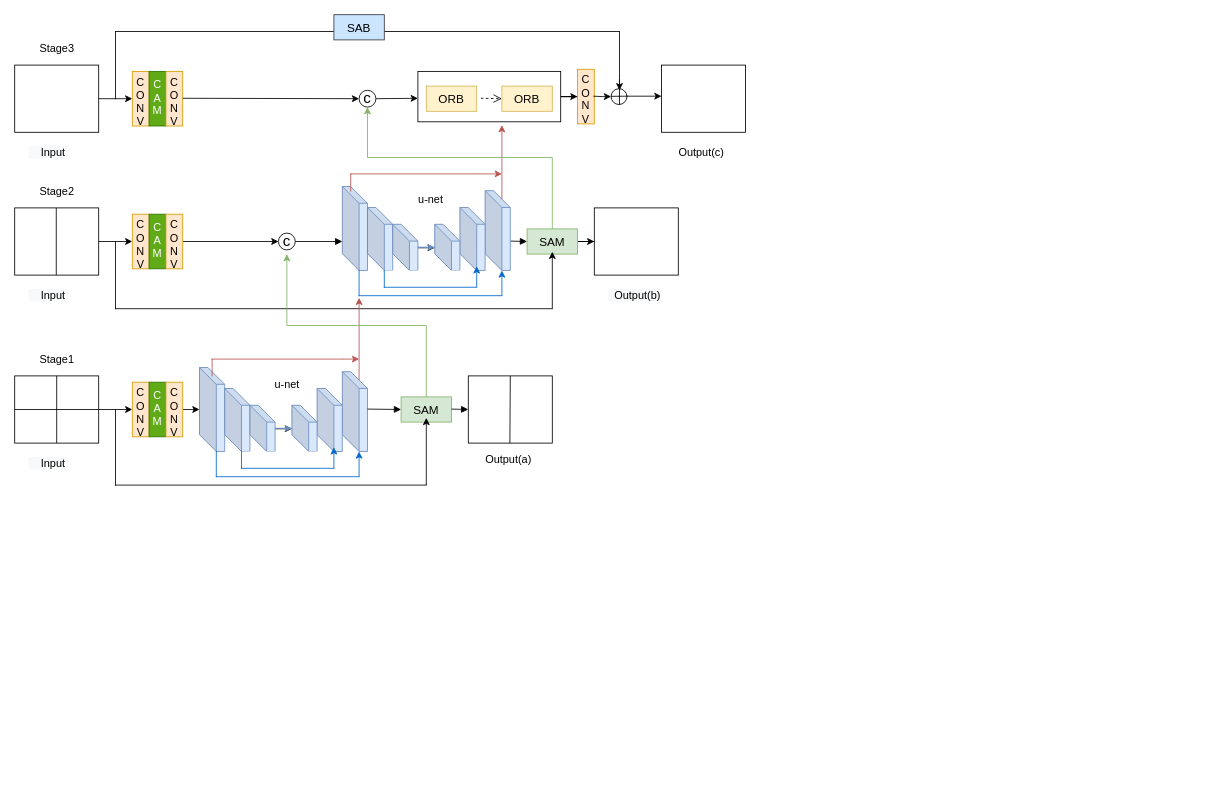
Before: Untitled Diagram.drawio in hornchan/mytest, a draw.io diagram. Source tidied: cells renumbered, new cells numbered last; positions are measured from the earlier drawing's top-left corner, leaving out a move shared by most shapes. Both pictures are drawn from the tidied source at 84%, with x=0, y=0 at pixel (14, 14).
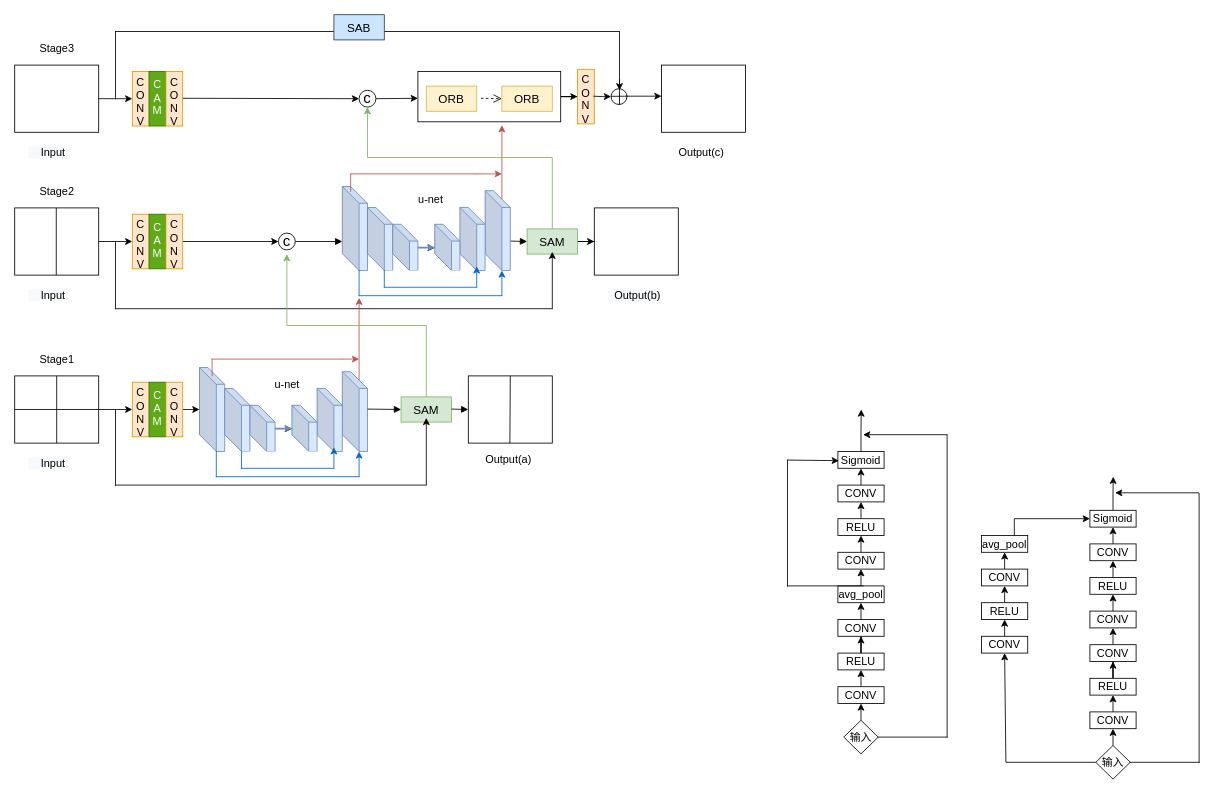
Above is the later version.

The edit, as a diff of the source:
```diff
@@
+    <mxCell id="100" style="edgeStyle=orthogonalEdgeStyle;rounded=0;jettySize=auto;html=1;exitX=0.5;exitY=0;exitDx=0;exitDy=0;entryX=0.5;entryY=1;entryDx=0;entryDy=0;fontSize=13;strokeColor=#000000;" parent="1" edge="1" source="101" target="144">
+      <mxGeometry relative="1" as="geometry" />
+    </mxCell>
+    <mxCell id="101" value="CONV" style="rounded=0;whiteSpace=wrap;html=1;fontSize=13;strokeColor=#000000;" parent="1" vertex="1">
+      <mxGeometry x="980" y="560" width="55" height="20" as="geometry" />
+    </mxCell>
+    <mxCell id="102" style="edgeStyle=orthogonalEdgeStyle;rounded=0;jettySize=auto;html=1;exitX=0.5;exitY=0;exitDx=0;exitDy=0;entryX=0.5;entryY=1;entryDx=0;entryDy=0;fontSize=13;strokeColor=#000000;" parent="1" edge="1" source="103" target="105">
+      <mxGeometry relative="1" as="geometry" />
+    </mxCell>
+    <mxCell id="103" value="CONV" style="rounded=0;whiteSpace=wrap;html=1;fontSize=13;strokeColor=#000000;" parent="1" vertex="1">
+      <mxGeometry x="980" y="800" width="55" height="20" as="geometry" />
+    </mxCell>
+    <mxCell id="104" style="edgeStyle=orthogonalEdgeStyle;rounded=0;jettySize=auto;html=1;exitX=0.5;exitY=0;exitDx=0;exitDy=0;fontSize=13;strokeColor=#000000;" parent="1" edge="1" source="105" target="109">
+      <mxGeometry relative="1" as="geometry" />
+    </mxCell>
+    <mxCell id="105" value="RELU" style="rounded=0;whiteSpace=wrap;html=1;fontSize=13;strokeColor=#000000;" parent="1" vertex="1">
+      <mxGeometry x="980" y="760" width="55" height="20" as="geometry" />
+    </mxCell>
+    <mxCell id="106" style="edgeStyle=orthogonalEdgeStyle;rounded=0;jettySize=auto;html=1;exitX=0.5;exitY=0;exitDx=0;exitDy=0;entryX=0.5;entryY=1;entryDx=0;entryDy=0;fontSize=13;strokeColor=#000000;" parent="1" edge="1" source="107" target="103">
+      <mxGeometry relative="1" as="geometry" />
+    </mxCell>
+    <mxCell id="107" value="输入" style="rhombus;whiteSpace=wrap;html=1;fontSize=13;strokeColor=#000000;" parent="1" vertex="1">
+      <mxGeometry x="987" y="840" width="41" height="40" as="geometry" />
+    </mxCell>
+    <mxCell id="108" style="edgeStyle=orthogonalEdgeStyle;rounded=0;jettySize=auto;html=1;exitX=0.5;exitY=0;exitDx=0;exitDy=0;entryX=0.5;entryY=1;entryDx=0;entryDy=0;fontSize=13;strokeColor=#000000;" parent="1" edge="1" source="109" target="111">
+      <mxGeometry relative="1" as="geometry" />
+    </mxCell>
+    <mxCell id="109" value="CONV" style="rounded=0;whiteSpace=wrap;html=1;fontSize=13;strokeColor=#000000;" parent="1" vertex="1">
+      <mxGeometry x="980" y="720" width="55" height="20" as="geometry" />
+    </mxCell>
+    <mxCell id="110" style="edgeStyle=orthogonalEdgeStyle;rounded=0;jettySize=auto;html=1;exitX=0.5;exitY=0;exitDx=0;exitDy=0;entryX=0.5;entryY=1;entryDx=0;entryDy=0;fontSize=13;strokeColor=#000000;" parent="1" edge="1" source="111" target="113">
+      <mxGeometry relative="1" as="geometry" />
+    </mxCell>
+    <mxCell id="111" value="avg_pool" style="rounded=0;whiteSpace=wrap;html=1;fontSize=13;strokeColor=#000000;" parent="1" vertex="1">
+      <mxGeometry x="980" y="680" width="55" height="20" as="geometry" />
+    </mxCell>
+    <mxCell id="112" style="edgeStyle=orthogonalEdgeStyle;rounded=0;jettySize=auto;html=1;exitX=0.5;exitY=0;exitDx=0;exitDy=0;entryX=0.5;entryY=1;entryDx=0;entryDy=0;fontSize=13;strokeColor=#000000;" parent="1" edge="1" source="113" target="115">
+      <mxGeometry relative="1" as="geometry" />
+    </mxCell>
+    <mxCell id="113" value="CONV" style="rounded=0;whiteSpace=wrap;html=1;fontSize=13;strokeColor=#000000;" parent="1" vertex="1">
+      <mxGeometry x="980" y="640" width="55" height="20" as="geometry" />
+    </mxCell>
+    <mxCell id="114" style="edgeStyle=orthogonalEdgeStyle;rounded=0;jettySize=auto;html=1;exitX=0.5;exitY=0;exitDx=0;exitDy=0;entryX=0.5;entryY=1;entryDx=0;entryDy=0;fontSize=13;strokeColor=#000000;" parent="1" edge="1" source="115" target="101">
+      <mxGeometry relative="1" as="geometry" />
+    </mxCell>
+    <mxCell id="115" value="RELU" style="rounded=0;whiteSpace=wrap;html=1;fontSize=13;strokeColor=#000000;" parent="1" vertex="1">
+      <mxGeometry x="980" y="600" width="55" height="20" as="geometry" />
+    </mxCell>
+    <mxCell id="116" style="edgeStyle=orthogonalEdgeStyle;rounded=0;jettySize=auto;html=1;exitX=0.5;exitY=0;exitDx=0;exitDy=0;fontSize=13;strokeColor=#000000;" parent="1" edge="1" source="117">
+      <mxGeometry relative="1" as="geometry">
+        <mxPoint x="1307.8" y="550" as="targetPoint" />
+      </mxGeometry>
+    </mxCell>
+    <mxCell id="117" value="Sigmoid" style="rounded=0;whiteSpace=wrap;html=1;fontSize=13;strokeColor=#000000;" parent="1" vertex="1">
+      <mxGeometry x="1280" y="590" width="55" height="20" as="geometry" />
+    </mxCell>
+    <mxCell id="118" style="edgeStyle=orthogonalEdgeStyle;rounded=0;jettySize=auto;html=1;exitX=0.5;exitY=0;exitDx=0;exitDy=0;entryX=0.5;entryY=1;entryDx=0;entryDy=0;fontSize=13;strokeColor=#000000;" parent="1" edge="1" source="119" target="121">
+      <mxGeometry relative="1" as="geometry" />
+    </mxCell>
+    <mxCell id="119" value="CONV" style="rounded=0;whiteSpace=wrap;html=1;fontSize=13;strokeColor=#000000;" parent="1" vertex="1">
+      <mxGeometry x="1280" y="830" width="55" height="20" as="geometry" />
+    </mxCell>
+    <mxCell id="120" style="edgeStyle=orthogonalEdgeStyle;rounded=0;jettySize=auto;html=1;exitX=0.5;exitY=0;exitDx=0;exitDy=0;fontSize=13;strokeColor=#000000;" parent="1" edge="1" source="121" target="125">
+      <mxGeometry relative="1" as="geometry" />
+    </mxCell>
+    <mxCell id="121" value="RELU" style="rounded=0;whiteSpace=wrap;html=1;fontSize=13;strokeColor=#000000;" parent="1" vertex="1">
+      <mxGeometry x="1280" y="790" width="55" height="20" as="geometry" />
+    </mxCell>
+    <mxCell id="122" style="edgeStyle=orthogonalEdgeStyle;rounded=0;jettySize=auto;html=1;exitX=0.5;exitY=0;exitDx=0;exitDy=0;entryX=0.5;entryY=1;entryDx=0;entryDy=0;fontSize=13;strokeColor=#000000;" parent="1" edge="1" source="123" target="119">
+      <mxGeometry relative="1" as="geometry" />
+    </mxCell>
+    <mxCell id="123" value="输入" style="rhombus;whiteSpace=wrap;html=1;fontSize=13;strokeColor=#000000;" parent="1" vertex="1">
+      <mxGeometry x="1287" y="870" width="41" height="40" as="geometry" />
+    </mxCell>
+    <mxCell id="124" style="edgeStyle=orthogonalEdgeStyle;rounded=0;jettySize=auto;html=1;exitX=0.5;exitY=0;exitDx=0;exitDy=0;entryX=0.5;entryY=1;entryDx=0;entryDy=0;fontSize=13;strokeColor=#000000;" parent="1" edge="1" source="125" target="129">
+      <mxGeometry relative="1" as="geometry" />
+    </mxCell>
+    <mxCell id="125" value="CONV" style="rounded=0;whiteSpace=wrap;html=1;fontSize=13;strokeColor=#000000;" parent="1" vertex="1">
+      <mxGeometry x="1280" y="750" width="55" height="20" as="geometry" />
+    </mxCell>
+    <mxCell id="126" style="edgeStyle=orthogonalEdgeStyle;rounded=0;jettySize=auto;html=1;exitX=0.5;exitY=0;exitDx=0;exitDy=0;entryX=0.5;entryY=1;entryDx=0;entryDy=0;fontSize=13;strokeColor=#000000;" parent="1" edge="1" source="127" target="137">
+      <mxGeometry relative="1" as="geometry" />
+    </mxCell>
+    <mxCell id="127" value="CONV" style="rounded=0;whiteSpace=wrap;html=1;fontSize=13;strokeColor=#000000;" parent="1" vertex="1">
+      <mxGeometry x="1151" y="740" width="55" height="20" as="geometry" />
+    </mxCell>
+    <mxCell id="128" style="edgeStyle=orthogonalEdgeStyle;rounded=0;jettySize=auto;html=1;exitX=0.5;exitY=0;exitDx=0;exitDy=0;entryX=0.5;entryY=1;entryDx=0;entryDy=0;fontSize=13;strokeColor=#000000;" parent="1" edge="1" source="129" target="131">
+      <mxGeometry relative="1" as="geometry" />
+    </mxCell>
+    <mxCell id="129" value="CONV" style="rounded=0;whiteSpace=wrap;html=1;fontSize=13;strokeColor=#000000;" parent="1" vertex="1">
+      <mxGeometry x="1280" y="710" width="55" height="20" as="geometry" />
+    </mxCell>
+    <mxCell id="130" style="edgeStyle=orthogonalEdgeStyle;rounded=0;jettySize=auto;html=1;exitX=0.5;exitY=0;exitDx=0;exitDy=0;entryX=0.5;entryY=1;entryDx=0;entryDy=0;fontSize=13;strokeColor=#000000;" parent="1" edge="1" source="131" target="133">
+      <mxGeometry relative="1" as="geometry" />
+    </mxCell>
+    <mxCell id="131" value="RELU" style="rounded=0;whiteSpace=wrap;html=1;fontSize=13;strokeColor=#000000;" parent="1" vertex="1">
+      <mxGeometry x="1280" y="670" width="55" height="20" as="geometry" />
+    </mxCell>
+    <mxCell id="132" style="edgeStyle=orthogonalEdgeStyle;rounded=0;jettySize=auto;html=1;exitX=0.5;exitY=0;exitDx=0;exitDy=0;entryX=0.5;entryY=1;entryDx=0;entryDy=0;fontSize=13;strokeColor=#000000;" parent="1" edge="1" source="133" target="117">
+      <mxGeometry relative="1" as="geometry" />
+    </mxCell>
+    <mxCell id="133" value="CONV" style="rounded=0;whiteSpace=wrap;html=1;fontSize=13;strokeColor=#000000;" parent="1" vertex="1">
+      <mxGeometry x="1280" y="630" width="55" height="20" as="geometry" />
+    </mxCell>
+    <mxCell id="134" style="shape=partialRectangle;whiteSpace=wrap;html=1;bottom=0;right=0;fillColor=none;fontSize=13;strokeColor=#000000;strokeWidth=1;direction=west;" parent="1" vertex="1">
+      <mxGeometry x="1328" y="570" width="82" height="320" as="geometry" />
+    </mxCell>
+    <mxCell id="135" style="endArrow=classic;html=1;rounded=0;fontSize=13;strokeColor=#000000;entryX=1;entryY=0.5;entryDx=0;entryDy=0;" parent="1" edge="1">
+      <mxGeometry relative="1" as="geometry">
+        <mxPoint x="1410" y="569.2" as="sourcePoint" />
+        <mxPoint x="1310" y="569.2" as="targetPoint" />
+      </mxGeometry>
+    </mxCell>
+    <mxCell id="136" style="edgeStyle=orthogonalEdgeStyle;rounded=0;jettySize=auto;html=1;exitX=0.5;exitY=0;exitDx=0;exitDy=0;entryX=0.5;entryY=1;entryDx=0;entryDy=0;fontSize=13;strokeColor=#000000;" parent="1" edge="1" source="137" target="139">
+      <mxGeometry relative="1" as="geometry" />
+    </mxCell>
+    <mxCell id="137" value="RELU" style="rounded=0;whiteSpace=wrap;html=1;fontSize=13;strokeColor=#000000;" parent="1" vertex="1">
+      <mxGeometry x="1151" y="700" width="55" height="20" as="geometry" />
+    </mxCell>
+    <mxCell id="138" style="edgeStyle=orthogonalEdgeStyle;rounded=0;jettySize=auto;html=1;exitX=0.5;exitY=0;exitDx=0;exitDy=0;entryX=0.5;entryY=1;entryDx=0;entryDy=0;fontSize=13;strokeColor=#000000;" parent="1" edge="1" source="139" target="140">
+      <mxGeometry relative="1" as="geometry" />
+    </mxCell>
+    <mxCell id="139" value="CONV" style="rounded=0;whiteSpace=wrap;html=1;fontSize=13;strokeColor=#000000;" parent="1" vertex="1">
+      <mxGeometry x="1151" y="660" width="55" height="20" as="geometry" />
+    </mxCell>
+    <mxCell id="140" value="avg_pool" style="rounded=0;whiteSpace=wrap;html=1;fontSize=13;strokeColor=#000000;" parent="1" vertex="1">
+      <mxGeometry x="1151" y="620" width="55" height="20" as="geometry" />
+    </mxCell>
+    <mxCell id="141" style="endArrow=none;html=1;rounded=0;fontSize=13;strokeColor=#000000;" parent="1" edge="1">
+      <mxGeometry relative="1" as="geometry">
+        <mxPoint x="1190" y="620" as="sourcePoint" />
+        <mxPoint x="1190" y="600" as="targetPoint" />
+      </mxGeometry>
+    </mxCell>
+    <mxCell id="142" style="endArrow=classic;html=1;rounded=0;fontSize=13;strokeColor=#000000;entryX=0;entryY=0.5;entryDx=0;entryDy=0;" parent="1" edge="1" target="117">
+      <mxGeometry relative="1" as="geometry">
+        <mxPoint x="1190" y="600" as="sourcePoint" />
+      </mxGeometry>
+    </mxCell>
+    <mxCell id="143" style="edgeStyle=orthogonalEdgeStyle;rounded=0;jettySize=auto;html=1;exitX=0.5;exitY=0;exitDx=0;exitDy=0;fontSize=13;strokeColor=#000000;" parent="1" edge="1" source="144">
+      <mxGeometry relative="1" as="geometry">
+        <mxPoint x="1007.8" y="470" as="targetPoint" />
+      </mxGeometry>
+    </mxCell>
+    <mxCell id="144" value="Sigmoid" style="rounded=0;whiteSpace=wrap;html=1;fontSize=13;strokeColor=#000000;" parent="1" vertex="1">
+      <mxGeometry x="980" y="520" width="55" height="20" as="geometry" />
+    </mxCell>
+    <mxCell id="145" style="shape=partialRectangle;whiteSpace=wrap;html=1;bottom=0;right=0;fillColor=none;fontSize=13;strokeColor=#000000;strokeWidth=1;direction=west;" parent="1" vertex="1">
+      <mxGeometry x="1028" y="500" width="82" height="360" as="geometry" />
+    </mxCell>
+    <mxCell id="146" style="endArrow=classic;html=1;rounded=0;fontSize=13;strokeColor=#000000;entryX=1;entryY=0.5;entryDx=0;entryDy=0;" parent="1" edge="1">
+      <mxGeometry relative="1" as="geometry">
+        <mxPoint x="1110" y="500" as="sourcePoint" />
+        <mxPoint x="1010" y="500" as="targetPoint" />
+      </mxGeometry>
+    </mxCell>
+    <mxCell id="147" style="shape=partialRectangle;whiteSpace=wrap;html=1;bottom=0;right=0;fillColor=none;fontSize=13;strokeColor=#000000;strokeWidth=1;direction=north;" parent="1" vertex="1">
+      <mxGeometry x="920" y="530" width="90" height="150" as="geometry" />
+    </mxCell>
+    <mxCell id="148" style="endArrow=classic;html=1;rounded=0;fontSize=13;strokeColor=#000000;entryX=0.994;entryY=0.68;entryDx=0;entryDy=0;entryPerimeter=0;" parent="1" edge="1" target="147">
+      <mxGeometry relative="1" as="geometry">
+        <mxPoint x="920" y="530.2" as="sourcePoint" />
+      </mxGeometry>
+    </mxCell>
+    <mxCell id="149" style="line;strokeWidth=1;html=1;fontSize=13;" parent="1" vertex="1">
+      <mxGeometry x="1180" y="885" width="107" height="10" as="geometry" />
+    </mxCell>
+    <mxCell id="150" style="endArrow=classic;html=1;rounded=0;fontSize=13;strokeColor=#000000;entryX=0.5;entryY=1;entryDx=0;entryDy=0;exitX=0;exitY=0.5;exitDx=0;exitDy=0;exitPerimeter=0;" parent="1" edge="1" source="149" target="127">
+      <mxGeometry relative="1" as="geometry" />
+    </mxCell>
```
